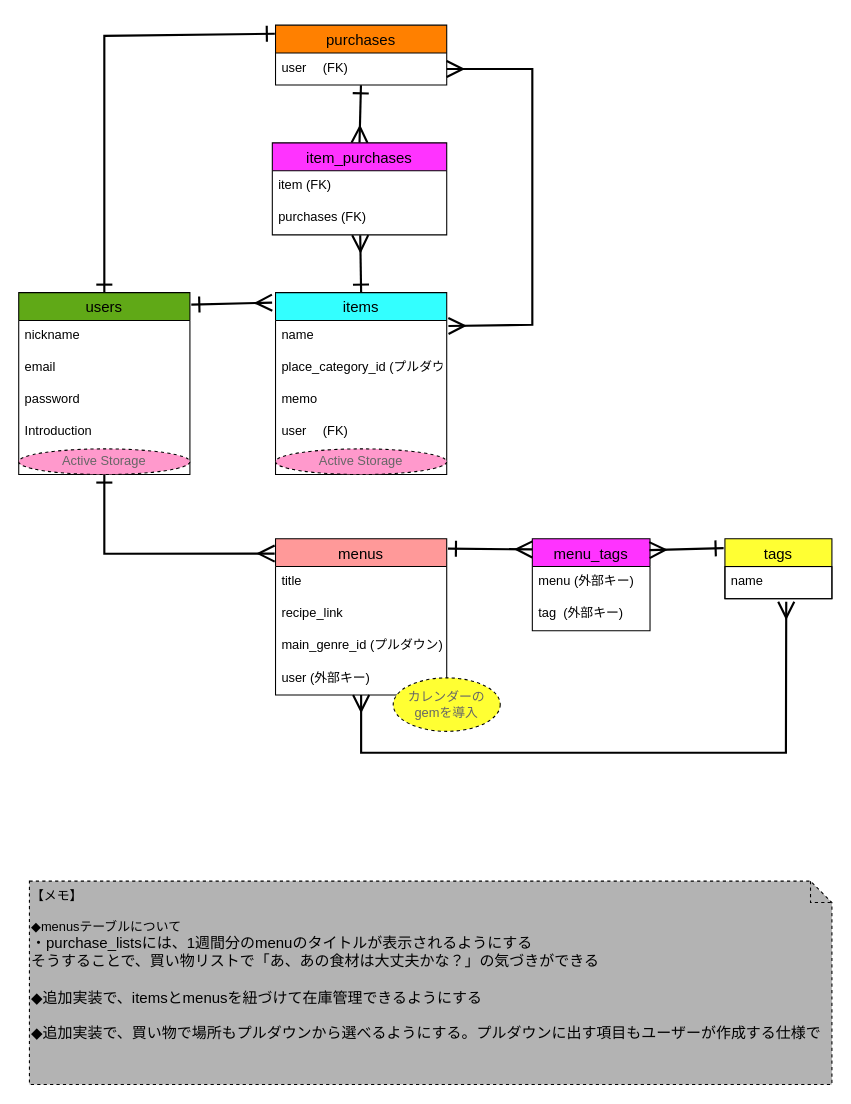
Earlier version of the draw.io diagram page "案1" (1 of 2) of ER.dio (miyazato1872/shopping_memo). Source tidied: cells renumbered, new cells numbered last; positions are measured from the earlier drawing's top-left corner, leaving out a move shared by most shapes. Both pictures are drawn from the tidied source at 107%, with x=0, y=0 at pixel (18, 25).
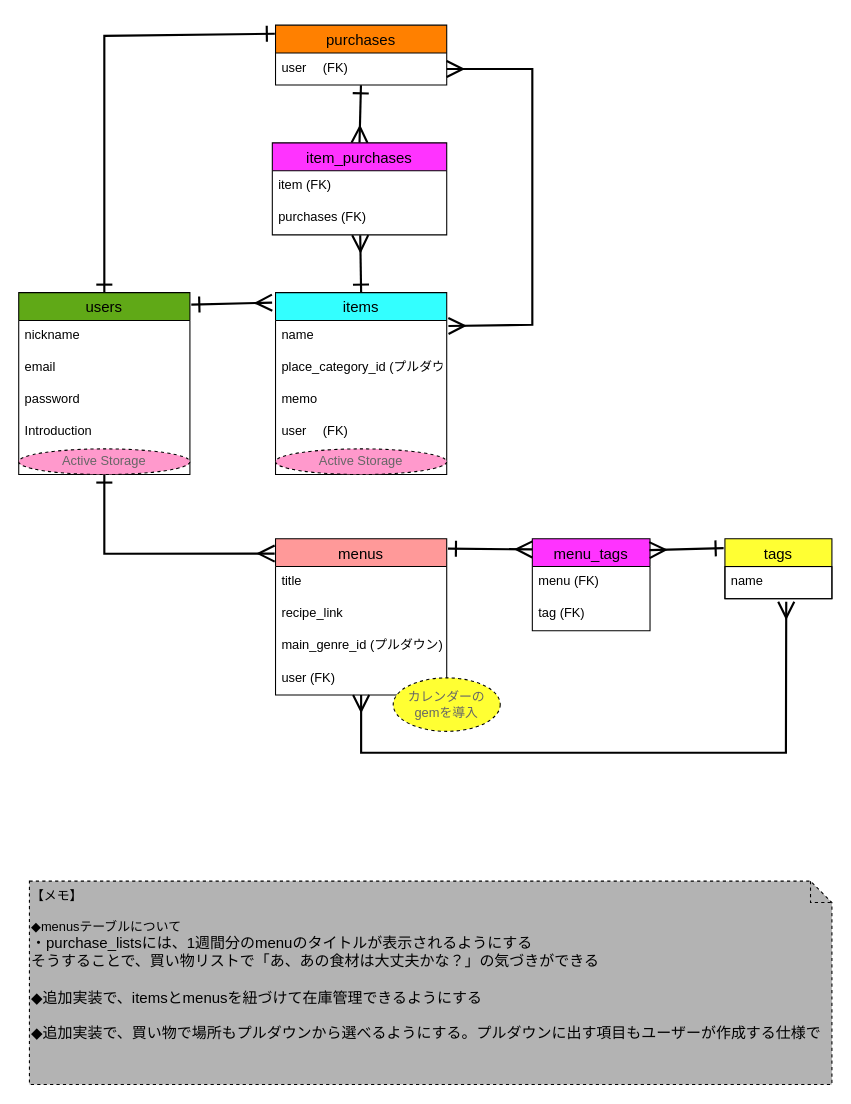
The same diagram, later.

Unchanged cells that the change refers to:
```xml
<mxCell id="18" value="menus" style="swimlane;fontStyle=0;horizontal=1;startSize=26;align=center;fontSize=14;rounded=0;swimlaneLine=1;glass=0;shadow=0;fillColor=#FF9999;fontColor=#000000;" parent="1" vertex="1">
  <mxGeometry x="240" y="480" width="160" height="146" as="geometry" />
</mxCell>
<mxCell id="28" value="menu_tags" style="swimlane;fontStyle=0;horizontal=1;startSize=26;align=center;fontSize=14;rounded=0;swimlaneLine=1;glass=0;shadow=0;fillColor=#FF33FF;fontColor=#000000;" parent="1" vertex="1">
  <mxGeometry x="480" y="480" width="110" height="86" as="geometry" />
</mxCell>
```

Change to the diagram source:
```diff
@@
-    <mxCell id="22" value="user (外部キー)" style="text;strokeColor=none;fillColor=none;spacingLeft=4;spacingRight=4;overflow=hidden;fontSize=12;" parent="18" vertex="1">
+    <mxCell id="22" value="user (FK)" style="text;strokeColor=none;fillColor=none;spacingLeft=4;spacingRight=4;overflow=hidden;fontSize=12;" parent="18" vertex="1">
       <mxGeometry y="116" width="160" height="30" as="geometry" />
     </mxCell>
@@
-    <mxCell id="29" value="menu (外部キー)" style="text;strokeColor=none;fillColor=none;spacingLeft=4;spacingRight=4;overflow=hidden;fontSize=12;" parent="28" vertex="1">
+    <mxCell id="29" value="menu (FK)" style="text;strokeColor=none;fillColor=none;spacingLeft=4;spacingRight=4;overflow=hidden;fontSize=12;" parent="28" vertex="1">
       <mxGeometry y="26" width="110" height="30" as="geometry" />
     </mxCell>
-    <mxCell id="30" value="tag  (外部キー)" style="text;strokeColor=none;fillColor=none;spacingLeft=4;spacingRight=4;overflow=hidden;fontSize=12;" parent="28" vertex="1">
+    <mxCell id="30" value="tag (FK)" style="text;strokeColor=none;fillColor=none;spacingLeft=4;spacingRight=4;overflow=hidden;fontSize=12;" parent="28" vertex="1">
       <mxGeometry y="56" width="110" height="30" as="geometry" />
     </mxCell>
```
